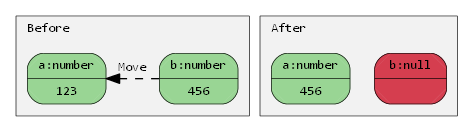
The Graphviz diagram doc/diagram/move1.png in nilsbore/roswasm_suite, before a commit. Its source is kept beside it as doc/diagram/move1.dot.
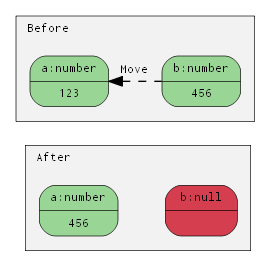
The same file after the commit.

The edit, as a diff of the source:
```diff
@@ -5,7 +5,6 @@
 	margin="0,0"
 	ranksep=0.2
 	penwidth=0.5
-	forcelabels=true
 
 	node [fontname="Inconsolata, Consolas", fontsize=10, penwidth=0.5]
 	edge [fontname="Inconsolata, Consolas", fontsize=10, arrowhead=normal]
@@ -19,10 +18,13 @@
 
 		node [shape=Mrecord, style=filled, colorscheme=spectral7]
 
-		b1 [label="{b:number|456}", fillcolor=6]
-		a1 [label="{a:number|123}", fillcolor=6]
+		{
+			rank = same
+			b1 [label="{b:number|456}", fillcolor=6]
+			a1 [label="{a:number|123}", fillcolor=6]
+		}
 
-		b1 -> a1 [style="dashed", constraint=false, label="Move"]
+		a1 -> b1 [style="dashed", label="Move", dir=back]
 	}
 
 	subgraph cluster2 {
@@ -34,7 +36,12 @@
 
 		node [shape=Mrecord, style=filled, colorscheme=spectral7]
 
-		b2 [label="{b:null|}", fillcolor=1]
-		a2 [label="{a:number|456}", fillcolor=6]
+		{
+			rank = same
+			b2 [label="{b:null|}", fillcolor=1]
+			a2 [label="{a:number|456}", fillcolor=6]
+		}
+		a2 -> b2 [style=invis, dir=back]
 	}
+	b1 -> b2 [style=invis]
 }
```
